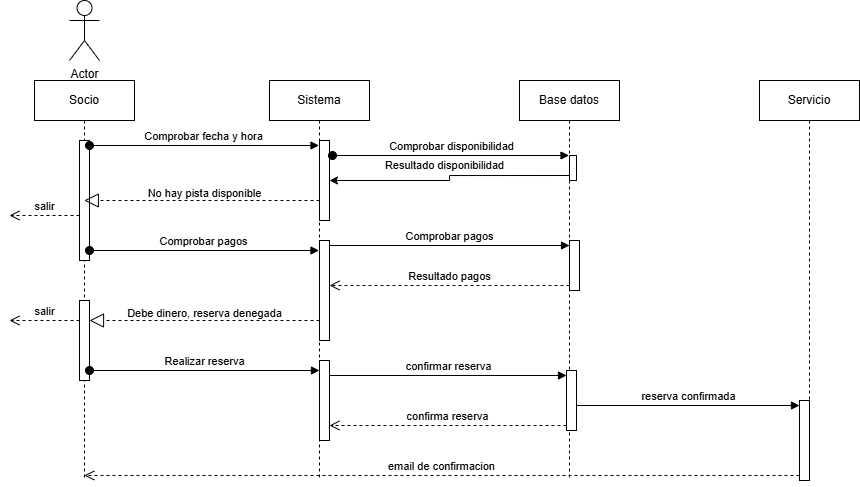
Above: Actividad1/actividades.png in joaquinlopezperez/ED-Unidad07 (draw.io), before the change. Source tidied: cells renumbered, new cells last; positions are measured from the earlier drawing's top-left corner, leaving out a move shared by most shapes.
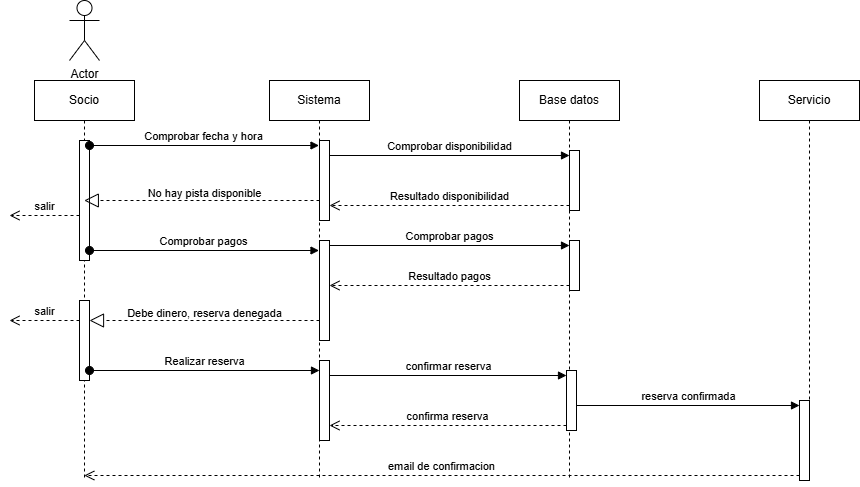
The same file after the commit.

Commit message:
Cambio en la actividad

Diff of the diagram source:
```diff
@@ -45,26 +45,15 @@
     <mxCell id="14" value="Base datos" style="shape=umlLifeline;perimeter=lifelinePerimeter;whiteSpace=wrap;html=1;outlineConnect=0;portConstraint=eastwest;newEdgeStyle={&quot;curved&quot;:0,&quot;rounded&quot;:0};" parent="1" vertex="1">
       <mxGeometry x="510" y="80" width="100" height="400" as="geometry" />
     </mxCell>
-    <mxCell id="15" style="html=1;points=[[0,0,0,0,5],[0,1,0,0,-5],[1,0,0,0,5],[1,1,0,0,-5]];perimeter=orthogonalPerimeter;outlineConnect=0;targetShapes=umlLifeline;portConstraint=eastwest;newEdgeStyle={&quot;curved&quot;:0,&quot;rounded&quot;:0};" parent="14" vertex="1">
-      <mxGeometry x="50" y="75" width="7" height="25" as="geometry" />
-    </mxCell>
     <mxCell id="16" style="html=1;points=[[0,0,0,0,5],[0,1,0,0,-5],[1,0,0,0,5],[1,1,0,0,-5]];perimeter=orthogonalPerimeter;outlineConnect=0;targetShapes=umlLifeline;portConstraint=eastwest;newEdgeStyle={&quot;curved&quot;:0,&quot;rounded&quot;:0};" parent="14" vertex="1">
       <mxGeometry x="50" y="160" width="10" height="50" as="geometry" />
     </mxCell>
     <mxCell id="17" style="html=1;points=[[0,0,0,0,5],[0,1,0,0,-5],[1,0,0,0,5],[1,1,0,0,-5]];perimeter=orthogonalPerimeter;outlineConnect=0;targetShapes=umlLifeline;portConstraint=eastwest;newEdgeStyle={&quot;curved&quot;:0,&quot;rounded&quot;:0};" parent="14" vertex="1">
       <mxGeometry x="47" y="290" width="10" height="60" as="geometry" />
     </mxCell>
-    <mxCell id="18" value="Comprobar disponibilidad" style="html=1;verticalAlign=bottom;startArrow=oval;endArrow=block;startSize=8;curved=0;rounded=0;" parent="1" edge="1" target="14">
-      <mxGeometry relative="1" as="geometry">
-        <mxPoint x="323" y="155" as="sourcePoint" />
-      </mxGeometry>
-    </mxCell>
-    <mxCell id="19" style="edgeStyle=orthogonalEdgeStyle;rounded=0;jettySize=auto;html=1;curved=0;exitX=0;exitY=1;exitDx=0;exitDy=-5;exitPerimeter=0;" parent="1" edge="1" source="15" target="8">
-      <mxGeometry relative="1" as="geometry" />
-    </mxCell>
-    <mxCell id="20" value="Resultado disponibilidad" style="text;html=1;align=center;verticalAlign=middle;strokeColor=none;fillColor=none;fontSize=11;" parent="1" vertex="1">
-      <mxGeometry x="365" y="150" width="140" height="30" as="geometry" />
-    </mxCell>
+    <mxCell id="34" style="html=1;points=[[0,0,0,0,5],[0,1,0,0,-5],[1,0,0,0,5],[1,1,0,0,-5]];perimeter=orthogonalPerimeter;outlineConnect=0;targetShapes=umlLifeline;portConstraint=eastwest;newEdgeStyle={&quot;curved&quot;:0,&quot;rounded&quot;:0};" parent="14" vertex="1">
+      <mxGeometry x="50" y="70" width="10" height="60" as="geometry" />
+    </mxCell>
     <mxCell id="21" style="endArrow=block;dashed=1;endFill=0;endSize=12;html=1;rounded=0;" parent="1" edge="1" target="3">
       <mxGeometry relative="1" as="geometry">
         <mxPoint x="310" y="200" as="sourcePoint" />
@@ -116,5 +105,11 @@
     <mxCell id="33" value="email de confirmacion" style="html=1;verticalAlign=bottom;endArrow=open;dashed=1;endSize=8;curved=0;rounded=0;exitX=0;exitY=1;exitDx=0;exitDy=-5;" parent="1" edge="1" source="12" target="3">
       <mxGeometry relative="1" as="geometry" />
     </mxCell>
+    <mxCell id="18" value="Comprobar disponibilidad" style="html=1;verticalAlign=bottom;endArrow=block;curved=0;rounded=0;entryX=0;entryY=0;entryDx=0;entryDy=5;" parent="1" edge="1" source="8" target="34">
+      <mxGeometry relative="1" as="geometry" />
+    </mxCell>
+    <mxCell id="20" value="Resultado disponibilidad" style="html=1;verticalAlign=bottom;endArrow=open;dashed=1;endSize=8;curved=0;rounded=0;exitX=0;exitY=1;exitDx=0;exitDy=-5;" parent="1" edge="1" source="34" target="8">
+      <mxGeometry relative="1" as="geometry" />
+    </mxCell>
   </root>
 </mxGraphModel>
```
